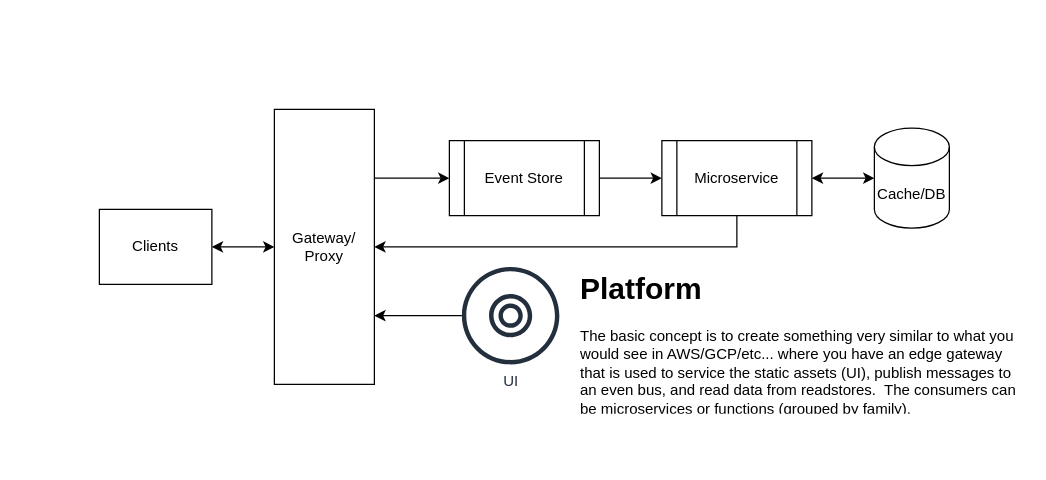
Above: page "Overview" (1 of 2) of docs/diagrams/platform.drawio in jdarling/ms-boilerplate (draw.io), before the change. Source tidied: cells renumbered, new cells numbered last; positions are measured from the earlier drawing's top-left corner, leaving out a move shared by most shapes. Both pictures are drawn from the tidied source at 125%, with x=0, y=0 at pixel (99, 109).
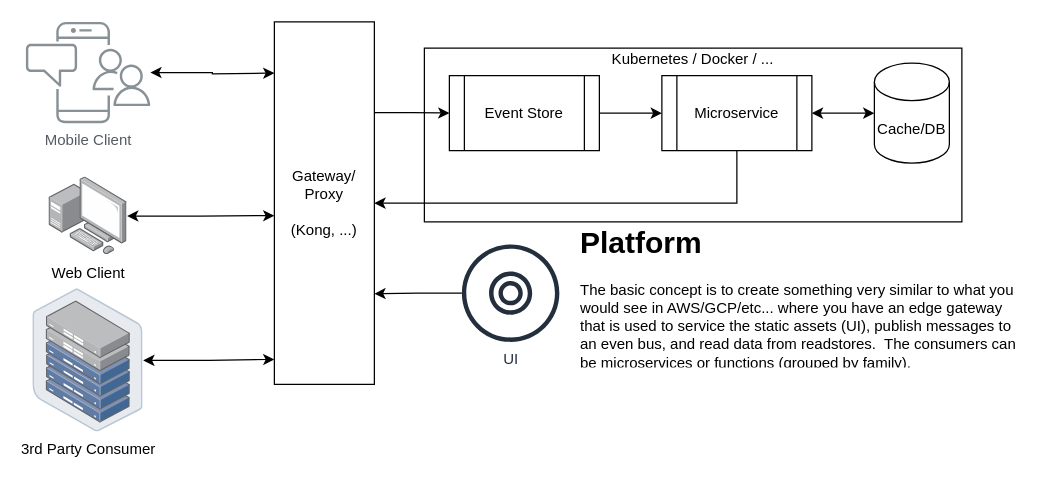
Above is the later version.

Change to the diagram source:
```diff
@@
+    <mxCell id="15" style="rounded=0;whiteSpace=wrap;html=1;" parent="1" vertex="1">
+      <mxGeometry x="260" y="-49" width="430" height="139" as="geometry" />
+    </mxCell>
@@
-    <mxCell id="3" value="Gateway/&lt;br&gt;Proxy" style="rounded=0;whiteSpace=wrap;html=1;" parent="1" vertex="1">
-      <mxGeometry x="140" width="80" height="220" as="geometry" />
+    <mxCell id="3" value="Gateway/&lt;br&gt;Proxy&lt;br&gt;&lt;br&gt;(Kong, ...)" style="rounded=0;whiteSpace=wrap;html=1;" parent="1" vertex="1">
+      <mxGeometry x="140" y="-70" width="80" height="290" as="geometry" />
     </mxCell>
@@
     <mxCell id="6" value="Microservice" style="shape=process;whiteSpace=wrap;html=1;backgroundOutline=1;" parent="1" vertex="1">
-      <mxGeometry x="450" y="25" width="120" height="60" as="geometry" />
+      <mxGeometry x="450" y="-27" width="120" height="60" as="geometry" />
     </mxCell>
     <mxCell id="7" value="Cache/DB" style="shape=cylinder3;whiteSpace=wrap;html=1;boundedLbl=1;backgroundOutline=1;size=15;" parent="1" vertex="1">
-      <mxGeometry x="620" y="15" width="60" height="80" as="geometry" />
+      <mxGeometry x="620" y="-37" width="60" height="80" as="geometry" />
     </mxCell>
@@
     <mxCell id="9" value="Event Store" style="shape=process;whiteSpace=wrap;html=1;backgroundOutline=1;" parent="1" vertex="1">
-      <mxGeometry x="280" y="25" width="120" height="60" as="geometry" />
+      <mxGeometry x="280" y="-27" width="120" height="60" as="geometry" />
     </mxCell>
-    <mxCell id="10" style="edgeStyle=orthogonalEdgeStyle;rounded=0;jettySize=auto;html=1;startArrow=classic;startFill=1;" parent="1" edge="1" source="11" target="3">
-      <mxGeometry relative="1" as="geometry" />
-    </mxCell>
-    <mxCell id="11" value="Clients" style="rounded=0;whiteSpace=wrap;html=1;" parent="1" vertex="1">
-      <mxGeometry y="80" width="90" height="60" as="geometry" />
-    </mxCell>
@@
     <mxCell id="13" value="UI" style="sketch=0;outlineConnect=0;fontColor=#232F3E;gradientColor=none;fillColor=#232F3D;strokeColor=none;dashed=0;verticalLabelPosition=bottom;verticalAlign=top;align=center;html=1;fontSize=12;fontStyle=0;shape=mxgraph.aws4.disk;" parent="1" vertex="1">
-      <mxGeometry x="290" y="126" width="78" height="78" as="geometry" />
+      <mxGeometry x="290" y="108" width="78" height="78" as="geometry" />
     </mxCell>
     <mxCell id="14" value="&lt;h1&gt;Platform&lt;/h1&gt;&lt;p&gt;The basic concept is to create something very similar to what you would see in AWS/GCP/etc... where you have an edge gateway that is used to service the static assets (UI), publish messages to an even bus, and read data from readstores.&amp;nbsp; The consumers can be microservices or functions (grouped by family).&lt;/p&gt;" style="text;html=1;strokeColor=none;fillColor=none;spacing=5;spacingTop=-20;whiteSpace=wrap;overflow=hidden;rounded=0;" parent="1" vertex="1">
-      <mxGeometry x="380" y="124" width="360" height="120" as="geometry" />
+      <mxGeometry x="380" y="87" width="360" height="120" as="geometry" />
     </mxCell>
+    <mxCell id="16" style="edgeStyle=orthogonalEdgeStyle;rounded=0;jettySize=auto;html=1;entryX=0;entryY=0.25;entryDx=0;entryDy=0;startArrow=classic;startFill=1;" parent="1" edge="1" source="17">
+      <mxGeometry relative="1" as="geometry">
+        <mxPoint x="140" y="-29" as="targetPoint" />
+      </mxGeometry>
+    </mxCell>
+    <mxCell id="17" value="Mobile Client" style="outlineConnect=0;gradientColor=none;fontColor=#545B64;strokeColor=none;fillColor=#879196;dashed=0;verticalLabelPosition=bottom;verticalAlign=top;align=center;html=1;fontSize=12;fontStyle=0;shape=mxgraph.aws4.illustration_notification;labelBackgroundColor=#ffffff;" parent="1" vertex="1">
+      <mxGeometry x="-59" y="-70" width="100" height="81" as="geometry" />
+    </mxCell>
+    <mxCell id="18" style="edgeStyle=orthogonalEdgeStyle;rounded=0;jettySize=auto;html=1;entryX=0;entryY=0.5;entryDx=0;entryDy=0;startArrow=classic;startFill=1;" parent="1" edge="1" source="19">
+      <mxGeometry relative="1" as="geometry">
+        <mxPoint x="140" y="85" as="targetPoint" />
+      </mxGeometry>
+    </mxCell>
+    <mxCell id="19" value="Web Client" style="image;points=[];html=1;align=center;shadow=0;dashed=0;image=img/lib/allied_telesis/computer_and_terminals/Personal_Computer_with_Server.svg;" parent="1" vertex="1">
+      <mxGeometry x="-40.2" y="54.1" width="62.4" height="62.4" as="geometry" />
+    </mxCell>
+    <mxCell id="20" style="edgeStyle=orthogonalEdgeStyle;rounded=0;jettySize=auto;html=1;entryX=0;entryY=0.75;entryDx=0;entryDy=0;startArrow=classic;startFill=1;" parent="1" edge="1" source="21">
+      <mxGeometry relative="1" as="geometry">
+        <mxPoint x="140" y="200" as="targetPoint" />
+      </mxGeometry>
+    </mxCell>
+    <mxCell id="21" value="3rd Party Consumer" style="image;points=[];html=1;align=center;shadow=0;dashed=0;image=img/lib/allied_telesis/storage/Datacenter_Server_Half_Rack_ToR.svg;" parent="1" vertex="1">
+      <mxGeometry x="-53.1" y="143.5" width="88.2" height="114.6" as="geometry" />
+    </mxCell>
+    <mxCell id="22" value="Kubernetes / Docker / ..." style="text;html=1;strokeColor=none;fillColor=none;align=center;verticalAlign=middle;whiteSpace=wrap;rounded=0;" parent="1" vertex="1">
+      <mxGeometry x="260" y="-55" width="430" height="30" as="geometry" />
+    </mxCell>
```
